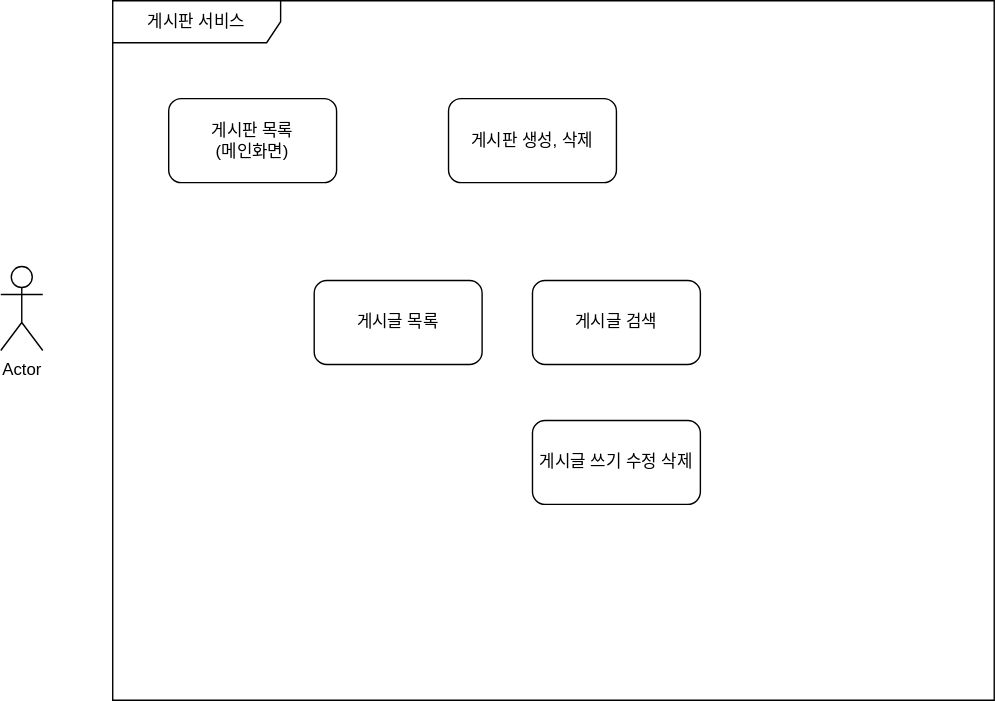
This is useCase.drawio.svg from dyaos1/toy-post-express, a draw.io export, as it was before one commit. Source tidied: cells renumbered, new cells last; positions are measured from the earlier drawing's top-left corner, leaving out a move shared by most shapes. Its diagram source:
```xml
<mxGraphModel>
  <root>
    <mxCell id="0" />
    <mxCell id="1" parent="0" />
    <mxCell id="2" value="Actor" style="shape=umlActor;verticalLabelPosition=bottom;verticalAlign=top;html=1;outlineConnect=0;" parent="1" vertex="1">
      <mxGeometry y="190" width="30" height="60" as="geometry" />
    </mxCell>
    <mxCell id="3" value="게시판 서비스" style="shape=umlFrame;whiteSpace=wrap;html=1;width=120;height=30;" parent="1" vertex="1">
      <mxGeometry x="80" width="630" height="500" as="geometry" />
    </mxCell>
    <mxCell id="4" value="게시판 생성, 삭제" style="rounded=1;whiteSpace=wrap;html=1;" parent="1" vertex="1">
      <mxGeometry x="320" y="70" width="120" height="60" as="geometry" />
    </mxCell>
    <mxCell id="5" value="게시판 목록&lt;br&gt;(메인화면)" style="rounded=1;whiteSpace=wrap;html=1;" parent="1" vertex="1">
      <mxGeometry x="120" y="70" width="120" height="60" as="geometry" />
    </mxCell>
    <mxCell id="6" value="게시글 목록" style="rounded=1;whiteSpace=wrap;html=1;" parent="1" vertex="1">
      <mxGeometry x="224" y="200" width="120" height="60" as="geometry" />
    </mxCell>
    <mxCell id="7" value="게시글 쓰기 수정 삭제" style="rounded=1;whiteSpace=wrap;html=1;" parent="1" vertex="1">
      <mxGeometry x="380" y="300" width="120" height="60" as="geometry" />
    </mxCell>
    <mxCell id="8" value="게시글 검색" style="rounded=1;whiteSpace=wrap;html=1;" parent="1" vertex="1">
      <mxGeometry x="380" y="200" width="120" height="60" as="geometry" />
    </mxCell>
  </root>
</mxGraphModel>
```
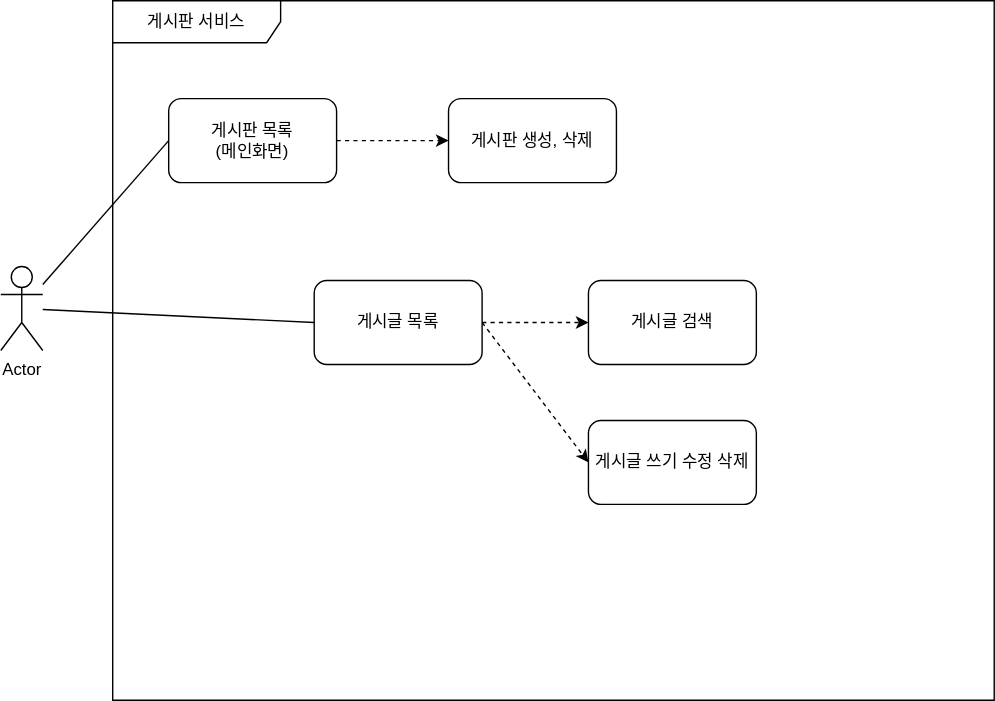
Above is the later version.

What changed in the source:
```diff
@@ -2,6 +2,12 @@
   <root>
     <mxCell id="0" />
     <mxCell id="1" parent="0" />
+    <mxCell id="9" style="rounded=0;jettySize=auto;html=1;entryX=0;entryY=0.5;entryDx=0;entryDy=0;endArrow=none;endFill=0;" parent="1" edge="1" source="2" target="5">
+      <mxGeometry relative="1" as="geometry" />
+    </mxCell>
+    <mxCell id="10" style="rounded=0;jettySize=auto;html=1;entryX=0;entryY=0.5;entryDx=0;entryDy=0;endArrow=none;endFill=0;" parent="1" edge="1" source="2" target="6">
+      <mxGeometry relative="1" as="geometry" />
+    </mxCell>
     <mxCell id="2" value="Actor" style="shape=umlActor;verticalLabelPosition=bottom;verticalAlign=top;html=1;outlineConnect=0;" parent="1" vertex="1">
       <mxGeometry y="190" width="30" height="60" as="geometry" />
     </mxCell>
@@ -11,17 +17,26 @@
     <mxCell id="4" value="게시판 생성, 삭제" style="rounded=1;whiteSpace=wrap;html=1;" parent="1" vertex="1">
       <mxGeometry x="320" y="70" width="120" height="60" as="geometry" />
     </mxCell>
+    <mxCell id="11" style="edgeStyle=orthogonalEdgeStyle;rounded=0;jettySize=auto;html=1;dashed=1;" parent="1" edge="1" source="5" target="4">
+      <mxGeometry relative="1" as="geometry" />
+    </mxCell>
     <mxCell id="5" value="게시판 목록&lt;br&gt;(메인화면)" style="rounded=1;whiteSpace=wrap;html=1;" parent="1" vertex="1">
       <mxGeometry x="120" y="70" width="120" height="60" as="geometry" />
     </mxCell>
+    <mxCell id="12" style="edgeStyle=orthogonalEdgeStyle;rounded=0;jettySize=auto;html=1;entryX=0;entryY=0.5;entryDx=0;entryDy=0;dashed=1;" parent="1" edge="1" source="6" target="8">
+      <mxGeometry relative="1" as="geometry" />
+    </mxCell>
+    <mxCell id="13" style="rounded=0;jettySize=auto;html=1;exitX=1;exitY=0.5;exitDx=0;exitDy=0;entryX=0;entryY=0.5;entryDx=0;entryDy=0;dashed=1;" parent="1" edge="1" source="6" target="7">
+      <mxGeometry relative="1" as="geometry" />
+    </mxCell>
     <mxCell id="6" value="게시글 목록" style="rounded=1;whiteSpace=wrap;html=1;" parent="1" vertex="1">
       <mxGeometry x="224" y="200" width="120" height="60" as="geometry" />
     </mxCell>
     <mxCell id="7" value="게시글 쓰기 수정 삭제" style="rounded=1;whiteSpace=wrap;html=1;" parent="1" vertex="1">
-      <mxGeometry x="380" y="300" width="120" height="60" as="geometry" />
+      <mxGeometry x="420" y="300" width="120" height="60" as="geometry" />
     </mxCell>
     <mxCell id="8" value="게시글 검색" style="rounded=1;whiteSpace=wrap;html=1;" parent="1" vertex="1">
-      <mxGeometry x="380" y="200" width="120" height="60" as="geometry" />
+      <mxGeometry x="420" y="200" width="120" height="60" as="geometry" />
     </mxCell>
   </root>
 </mxGraphModel>
```
